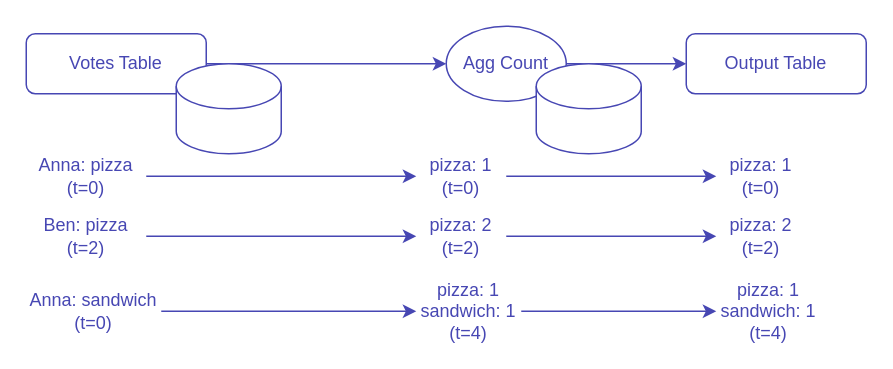
windowforsun/blog keeps this draw.io diagram as drawio/kafka/kafka-streams-versioned-state-store-6.drawio. Above is the earlier version. Source tidied: cells renumbered, new cells numbered last; positions are measured from the earlier drawing's top-left corner, leaving out a move shared by most shapes. Both pictures are drawn from the tidied source at 150%, with x=0, y=0 at pixel (26, 26).
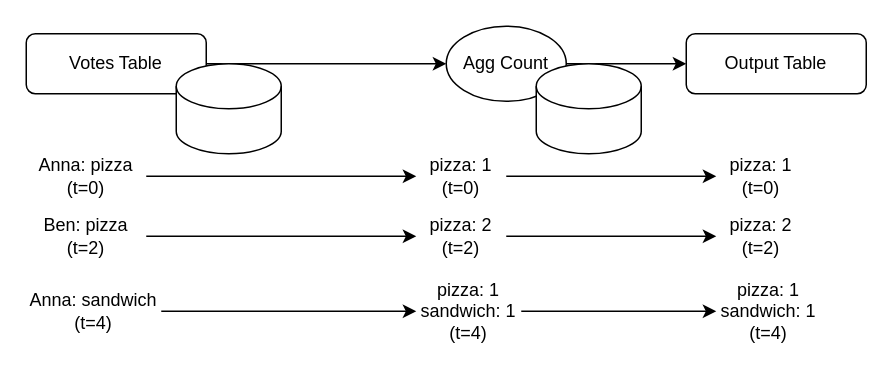
The same page after the edit.

Change to the diagram source:
```diff
@@
-    <mxCell id="2" style="edgeStyle=orthogonalEdgeStyle;rounded=0;jettySize=auto;html=1;entryX=0;entryY=0.5;entryDx=0;entryDy=0;strokeColor=#4747B3;" parent="1" edge="1" source="3" target="5">
+    <mxCell id="2" style="edgeStyle=orthogonalEdgeStyle;rounded=0;jettySize=auto;html=1;entryX=0;entryY=0.5;entryDx=0;entryDy=0;strokeColor=#000000;" parent="1" edge="1" source="3" target="5">
       <mxGeometry relative="1" as="geometry" />
     </mxCell>
-    <mxCell id="3" value="&lt;div&gt;&lt;font color=&quot;#4747b3&quot;&gt;Votes Table&lt;/font&gt;&lt;/div&gt;" style="rounded=1;whiteSpace=wrap;html=1;strokeColor=#4747B3;fontColor=#006600;" parent="1" vertex="1">
+    <mxCell id="3" value="&lt;div&gt;&lt;font color=&quot;#000000&quot;&gt;Votes Table&lt;/font&gt;&lt;/div&gt;" style="rounded=1;whiteSpace=wrap;html=1;strokeColor=#000000;fontColor=#006600;" parent="1" vertex="1">
       <mxGeometry y="5" width="120" height="40" as="geometry" />
     </mxCell>
-    <mxCell id="4" style="edgeStyle=orthogonalEdgeStyle;rounded=0;jettySize=auto;html=1;entryX=0;entryY=0.5;entryDx=0;entryDy=0;strokeColor=#4747B3;" parent="1" edge="1" source="5" target="6">
+    <mxCell id="4" style="edgeStyle=orthogonalEdgeStyle;rounded=0;jettySize=auto;html=1;entryX=0;entryY=0.5;entryDx=0;entryDy=0;strokeColor=#000000;" parent="1" edge="1" source="5" target="6">
       <mxGeometry relative="1" as="geometry" />
     </mxCell>
-    <mxCell id="5" value="&lt;font color=&quot;#4747b3&quot;&gt;Agg Count&lt;/font&gt;" style="ellipse;whiteSpace=wrap;html=1;strokeColor=#4747B3;" parent="1" vertex="1">
+    <mxCell id="5" value="Agg Count" style="ellipse;whiteSpace=wrap;html=1;strokeColor=#000000;" parent="1" vertex="1">
       <mxGeometry x="280" width="80" height="50" as="geometry" />
     </mxCell>
-    <mxCell id="6" value="&lt;font color=&quot;#4747b3&quot;&gt;Output Table&lt;/font&gt;" style="rounded=1;whiteSpace=wrap;html=1;strokeColor=#4747B3;" parent="1" vertex="1">
+    <mxCell id="6" value="Output Table" style="rounded=1;whiteSpace=wrap;html=1;strokeColor=#000000;" parent="1" vertex="1">
       <mxGeometry x="440" y="5" width="120" height="40" as="geometry" />
     </mxCell>
-    <mxCell id="7" style="edgeStyle=orthogonalEdgeStyle;rounded=0;jettySize=auto;html=1;entryX=0;entryY=0.5;entryDx=0;entryDy=0;fontColor=#4747B3;strokeColor=#4747B3;" parent="1" edge="1" source="8" target="10">
+    <mxCell id="7" style="edgeStyle=orthogonalEdgeStyle;rounded=0;jettySize=auto;html=1;entryX=0;entryY=0.5;entryDx=0;entryDy=0;fontColor=#4747B3;strokeColor=default;" parent="1" edge="1" source="8" target="10">
       <mxGeometry relative="1" as="geometry" />
     </mxCell>
-    <mxCell id="8" value="Anna: pizza&lt;div&gt;(t=0)&lt;/div&gt;" style="text;html=1;align=center;verticalAlign=middle;whiteSpace=wrap;rounded=0;fontColor=#4747B3;" parent="1" vertex="1">
+    <mxCell id="8" value="&lt;font color=&quot;#000000&quot;&gt;Anna: pizza&lt;/font&gt;&lt;div&gt;&lt;font color=&quot;#000000&quot;&gt;(t=0)&lt;/font&gt;&lt;/div&gt;" style="text;html=1;align=center;verticalAlign=middle;whiteSpace=wrap;rounded=0;fontColor=#4747B3;strokeColor=none;" parent="1" vertex="1">
       <mxGeometry y="85" width="80" height="30" as="geometry" />
     </mxCell>
-    <mxCell id="9" style="edgeStyle=orthogonalEdgeStyle;rounded=0;jettySize=auto;html=1;entryX=0;entryY=0.5;entryDx=0;entryDy=0;strokeColor=#4747B3;" parent="1" edge="1" source="10" target="12">
+    <mxCell id="9" style="edgeStyle=orthogonalEdgeStyle;rounded=0;jettySize=auto;html=1;entryX=0;entryY=0.5;entryDx=0;entryDy=0;strokeColor=default;" parent="1" edge="1" source="10" target="12">
       <mxGeometry relative="1" as="geometry" />
     </mxCell>
-    <mxCell id="10" value="pizza: 1&lt;div&gt;(t=0)&lt;/div&gt;" style="text;html=1;align=center;verticalAlign=middle;whiteSpace=wrap;rounded=0;fontColor=#4747B3;" parent="1" vertex="1">
+    <mxCell id="10" value="pizza: 1&lt;div&gt;(t=0)&lt;/div&gt;" style="text;html=1;align=center;verticalAlign=middle;whiteSpace=wrap;rounded=0;fontColor=#000000;strokeColor=none;" parent="1" vertex="1">
       <mxGeometry x="260" y="85" width="60" height="30" as="geometry" />
     </mxCell>
-    <mxCell id="11" style="shape=cylinder3;whiteSpace=wrap;html=1;boundedLbl=1;backgroundOutline=1;size=15;strokeColor=#4747B3;" parent="1" vertex="1">
+    <mxCell id="11" style="shape=cylinder3;whiteSpace=wrap;html=1;boundedLbl=1;backgroundOutline=1;size=15;strokeColor=#000000;" parent="1" vertex="1">
       <mxGeometry x="100" y="25" width="70" height="60" as="geometry" />
     </mxCell>
-    <mxCell id="12" value="pizza: 1&lt;div&gt;(t=0)&lt;/div&gt;" style="text;html=1;align=center;verticalAlign=middle;whiteSpace=wrap;rounded=0;fontColor=#4747B3;" parent="1" vertex="1">
+    <mxCell id="12" value="pizza: 1&lt;div&gt;(t=0)&lt;/div&gt;" style="text;html=1;align=center;verticalAlign=middle;whiteSpace=wrap;rounded=0;fontColor=#000000;strokeColor=none;" parent="1" vertex="1">
       <mxGeometry x="460" y="85" width="60" height="30" as="geometry" />
     </mxCell>
-    <mxCell id="13" style="edgeStyle=orthogonalEdgeStyle;rounded=0;jettySize=auto;html=1;entryX=0;entryY=0.5;entryDx=0;entryDy=0;fontColor=#4747B3;strokeColor=#4747B3;" parent="1" edge="1" source="14" target="16">
+    <mxCell id="13" style="edgeStyle=orthogonalEdgeStyle;rounded=0;jettySize=auto;html=1;entryX=0;entryY=0.5;entryDx=0;entryDy=0;fontColor=#4747B3;strokeColor=default;" parent="1" edge="1" source="14" target="16">
       <mxGeometry relative="1" as="geometry" />
     </mxCell>
-    <mxCell id="14" value="Ben: pizza&lt;div&gt;(t=2)&lt;/div&gt;" style="text;html=1;align=center;verticalAlign=middle;whiteSpace=wrap;rounded=0;fontColor=#4747B3;" parent="1" vertex="1">
+    <mxCell id="14" value="&lt;font color=&quot;#000000&quot;&gt;Ben: pizza&lt;/font&gt;&lt;div&gt;&lt;font color=&quot;#000000&quot;&gt;(t=2)&lt;/font&gt;&lt;/div&gt;" style="text;html=1;align=center;verticalAlign=middle;whiteSpace=wrap;rounded=0;fontColor=#4747B3;strokeColor=none;" parent="1" vertex="1">
       <mxGeometry y="125" width="80" height="30" as="geometry" />
     </mxCell>
-    <mxCell id="15" style="edgeStyle=orthogonalEdgeStyle;rounded=0;jettySize=auto;html=1;entryX=0;entryY=0.5;entryDx=0;entryDy=0;strokeColor=#4747B3;" parent="1" edge="1" source="16" target="17">
+    <mxCell id="15" style="edgeStyle=orthogonalEdgeStyle;rounded=0;jettySize=auto;html=1;entryX=0;entryY=0.5;entryDx=0;entryDy=0;strokeColor=default;" parent="1" edge="1" source="16" target="17">
       <mxGeometry relative="1" as="geometry" />
     </mxCell>
-    <mxCell id="16" value="pizza: 2&lt;div&gt;(t=2)&lt;/div&gt;" style="text;html=1;align=center;verticalAlign=middle;whiteSpace=wrap;rounded=0;fontColor=#4747B3;" parent="1" vertex="1">
+    <mxCell id="16" value="pizza: 2&lt;div&gt;(t=2)&lt;/div&gt;" style="text;html=1;align=center;verticalAlign=middle;whiteSpace=wrap;rounded=0;fontColor=#000000;strokeColor=none;" parent="1" vertex="1">
       <mxGeometry x="260" y="125" width="60" height="30" as="geometry" />
     </mxCell>
-    <mxCell id="17" value="pizza: 2&lt;div&gt;(t=2)&lt;/div&gt;" style="text;html=1;align=center;verticalAlign=middle;whiteSpace=wrap;rounded=0;fontColor=#4747B3;" parent="1" vertex="1">
+    <mxCell id="17" value="pizza: 2&lt;div&gt;(t=2)&lt;/div&gt;" style="text;html=1;align=center;verticalAlign=middle;whiteSpace=wrap;rounded=0;fontColor=#000000;strokeColor=none;" parent="1" vertex="1">
       <mxGeometry x="460" y="125" width="60" height="30" as="geometry" />
     </mxCell>
-    <mxCell id="18" style="edgeStyle=orthogonalEdgeStyle;rounded=0;jettySize=auto;html=1;entryX=0;entryY=0.5;entryDx=0;entryDy=0;fontColor=#4747B3;strokeColor=#4747B3;" parent="1" edge="1" source="19" target="21">
+    <mxCell id="18" style="edgeStyle=orthogonalEdgeStyle;rounded=0;jettySize=auto;html=1;entryX=0;entryY=0.5;entryDx=0;entryDy=0;fontColor=#4747B3;strokeColor=default;" parent="1" edge="1" source="19" target="21">
       <mxGeometry relative="1" as="geometry" />
     </mxCell>
-    <mxCell id="19" value="Anna: sandwich&lt;div&gt;(t=0)&lt;/div&gt;" style="text;html=1;align=center;verticalAlign=middle;whiteSpace=wrap;rounded=0;fontColor=#4747B3;" parent="1" vertex="1">
+    <mxCell id="19" value="Anna: sandwich&lt;div&gt;(t=4)&lt;/div&gt;" style="text;html=1;align=center;verticalAlign=middle;whiteSpace=wrap;rounded=0;fontColor=#000000;strokeColor=none;" parent="1" vertex="1">
       <mxGeometry y="175" width="90" height="30" as="geometry" />
     </mxCell>
-    <mxCell id="20" style="edgeStyle=orthogonalEdgeStyle;rounded=0;jettySize=auto;html=1;entryX=0;entryY=0.5;entryDx=0;entryDy=0;strokeColor=#4747B3;" parent="1" edge="1" source="21" target="22">
+    <mxCell id="20" style="edgeStyle=orthogonalEdgeStyle;rounded=0;jettySize=auto;html=1;entryX=0;entryY=0.5;entryDx=0;entryDy=0;strokeColor=default;" parent="1" edge="1" source="21" target="22">
       <mxGeometry relative="1" as="geometry" />
     </mxCell>
-    <mxCell id="21" value="pizza: 1&lt;div&gt;sandwich: 1&lt;br&gt;&lt;div&gt;(t=4)&lt;/div&gt;&lt;/div&gt;" style="text;html=1;align=center;verticalAlign=middle;whiteSpace=wrap;rounded=0;fontColor=#4747B3;" parent="1" vertex="1">
+    <mxCell id="21" value="pizza: 1&lt;div&gt;sandwich: 1&lt;br&gt;&lt;div&gt;(t=4)&lt;/div&gt;&lt;/div&gt;" style="text;html=1;align=center;verticalAlign=middle;whiteSpace=wrap;rounded=0;fontColor=#000000;strokeColor=none;" parent="1" vertex="1">
       <mxGeometry x="260" y="175" width="70" height="30" as="geometry" />
     </mxCell>
-    <mxCell id="22" value="pizza: 1&lt;div&gt;sandwich: 1&lt;br&gt;&lt;div&gt;(t=4)&lt;/div&gt;&lt;/div&gt;" style="text;html=1;align=center;verticalAlign=middle;whiteSpace=wrap;rounded=0;fontColor=#4747B3;" parent="1" vertex="1">
+    <mxCell id="22" value="pizza: 1&lt;div&gt;sandwich: 1&lt;br&gt;&lt;div&gt;(t=4)&lt;/div&gt;&lt;/div&gt;" style="text;html=1;align=center;verticalAlign=middle;whiteSpace=wrap;rounded=0;fontColor=#000000;strokeColor=none;" parent="1" vertex="1">
       <mxGeometry x="460" y="175" width="70" height="30" as="geometry" />
     </mxCell>
-    <mxCell id="23" style="shape=cylinder3;whiteSpace=wrap;html=1;boundedLbl=1;backgroundOutline=1;size=15;strokeColor=#4747B3;" parent="1" vertex="1">
+    <mxCell id="23" style="shape=cylinder3;whiteSpace=wrap;html=1;boundedLbl=1;backgroundOutline=1;size=15;strokeColor=#000000;" parent="1" vertex="1">
       <mxGeometry x="340" y="25" width="70" height="60" as="geometry" />
     </mxCell>
```
